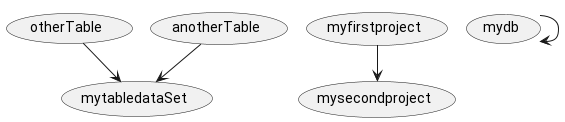
This is doc/taskpipeline.png from zaytsevdmitry/lakehouse, a PlantUML export, as it was before one commit. Source of this version:
```plantuml
@startuml

!pragma layout smetana
(otherTable) --> (mytabledataSet)
(anotherTable) --> (mytabledataSet)
(myfirstproject)-->(mysecondproject)
(mydb)-->(mydb)

@enduml
```
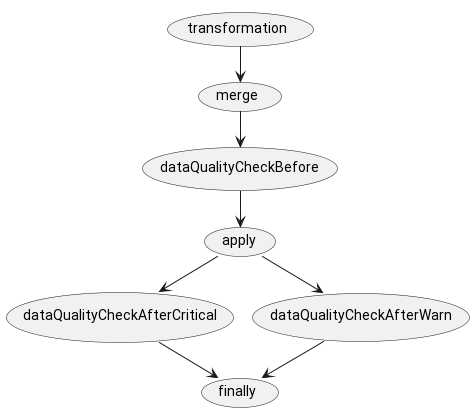
The same file after the commit.

Diff of the diagram source:
```diff
@@ -1,9 +1,12 @@
 @startuml
 
 !pragma layout smetana
-(otherTable) --> (mytabledataSet)
-(anotherTable) --> (mytabledataSet)
-(myfirstproject)-->(mysecondproject)
-(mydb)-->(mydb)
+(transformation) --> (merge)
+(merge) --> (dataQualityCheckBefore)
+(dataQualityCheckBefore) --> (apply)
+(apply) --> (dataQualityCheckAfterCritical)
+(apply) --> (dataQualityCheckAfterWarn)
+(dataQualityCheckAfterCritical) --> (finally)
+(dataQualityCheckAfterWarn) --> (finally)
 
 @enduml
```
